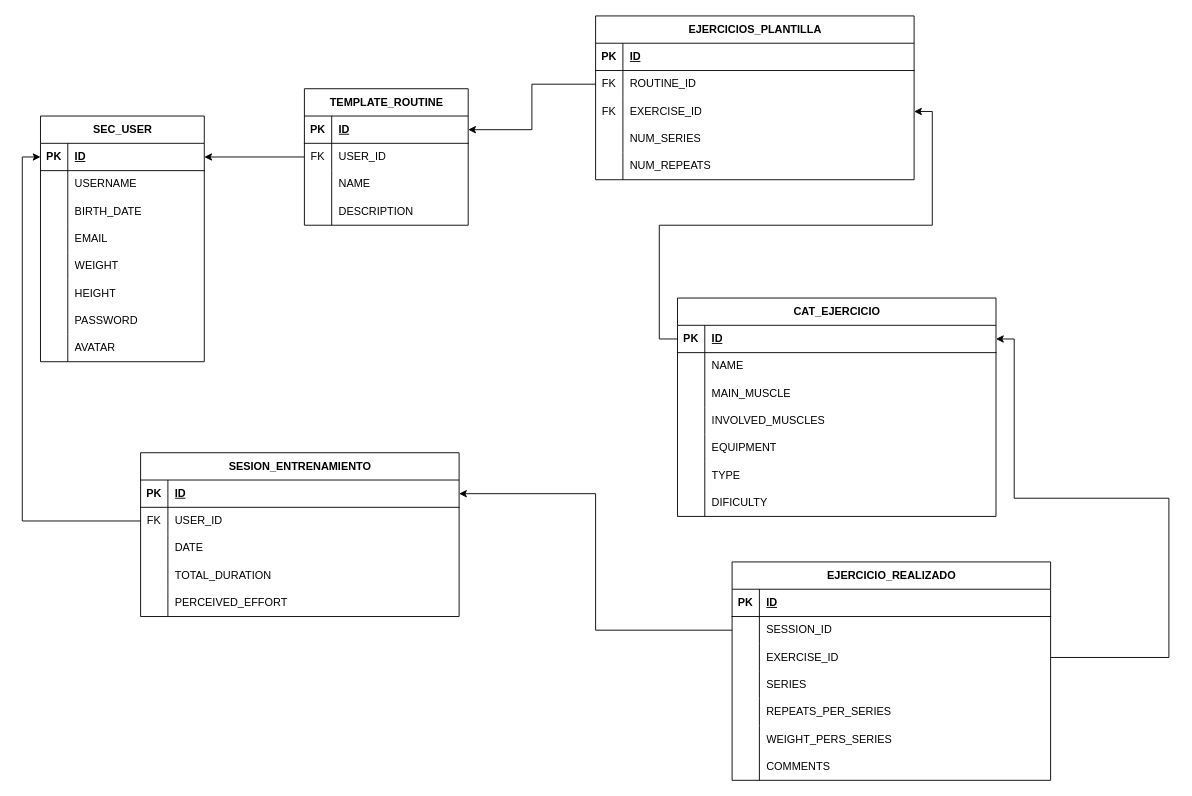
josewer/jar-jar-caprio keeps this draw.io diagram as back/JAR_JAR_GYM.drawio. Above is the earlier version. Source tidied: cells renumbered, new cells numbered last; positions are measured from the earlier drawing's top-left corner, leaving out a move shared by most shapes. Both pictures are drawn from the tidied source at 91%, with x=0, y=0 at pixel (40, 15).
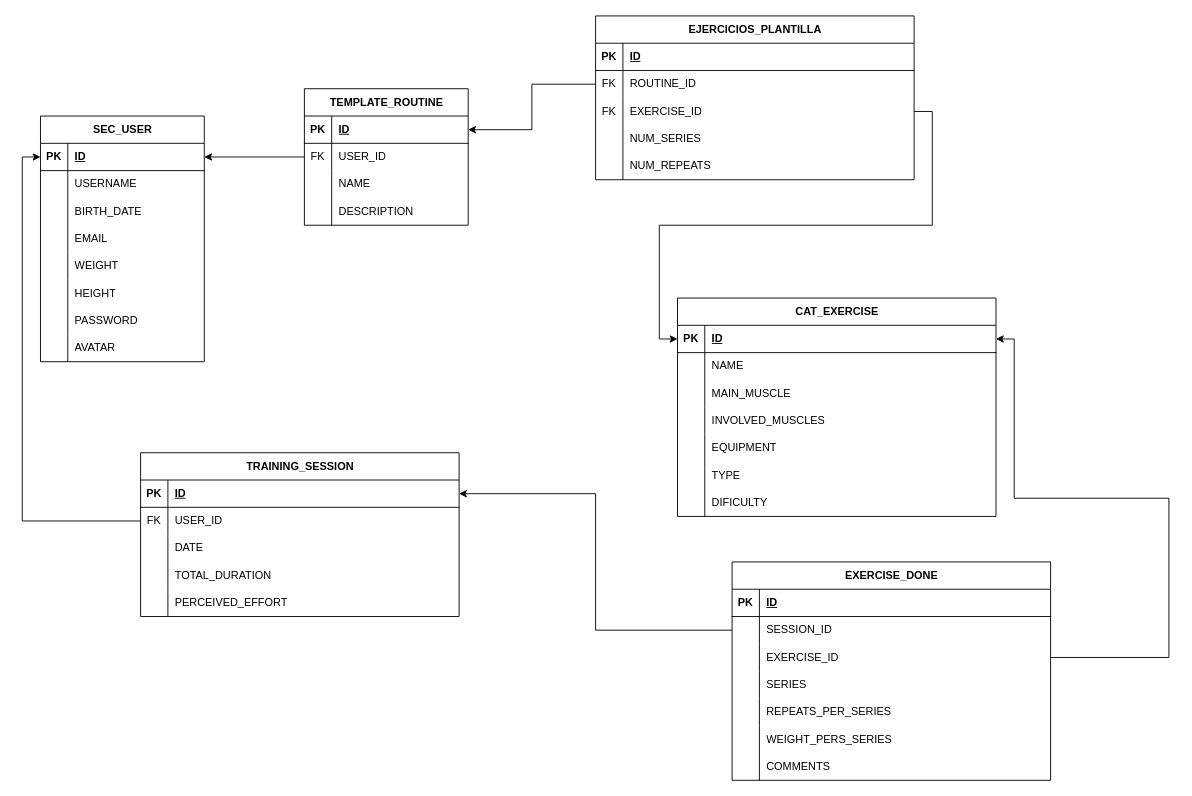
The same diagram, later.

The change refers to these unchanged cells:
```xml
<mxCell id="47" style="shape=tableRow;horizontal=0;startSize=0;swimlaneHead=0;swimlaneBody=0;fillColor=none;points=[[0,0.5],[1,0.5]];portConstraint=eastwest;top=0;left=0;right=0;bottom=0;" parent="40" vertex="1">
  <mxGeometry y="90" width="350" height="30" as="geometry" />
</mxCell>
<mxCell id="57" style="shape=tableRow;horizontal=0;startSize=0;swimlaneHead=0;swimlaneBody=0;fillColor=none;points=[[0,0.5],[1,0.5]];portConstraint=eastwest;top=0;left=0;right=0;bottom=1;" parent="56" vertex="1">
  <mxGeometry y="30" width="350" height="30" as="geometry" />
</mxCell>
```

The edit, as a diff of the source:
```diff
@@
-    <mxCell id="56" value="CAT_EJERCICIO" style="shape=table;startSize=30;childLayout=tableLayout;rowLines=0;fontStyle=1;align=center;html=1;" parent="1" vertex="1">
+    <mxCell id="56" value="CAT_EXERCISE" style="shape=table;startSize=30;childLayout=tableLayout;rowLines=0;fontStyle=1;align=center;html=1;" parent="1" vertex="1">
       <mxGeometry x="700" y="310" width="350" height="240" as="geometry" />
     </mxCell>
@@
-    <mxCell id="78" value="EJERCICIO_REALIZADO" style="shape=table;startSize=30;childLayout=tableLayout;rowLines=0;fontStyle=1;align=center;html=1;" parent="1" vertex="1">
+    <mxCell id="78" value="EXERCISE_DONE" style="shape=table;startSize=30;childLayout=tableLayout;rowLines=0;fontStyle=1;align=center;html=1;" parent="1" vertex="1">
       <mxGeometry x="760" y="600" width="350" height="240" as="geometry" />
     </mxCell>
@@
-    <mxCell id="102" style="edgeStyle=orthogonalEdgeStyle;rounded=0;jettySize=auto;html=1;" parent="1" edge="1" source="57" target="47">
-      <mxGeometry relative="1" as="geometry" />
-    </mxCell>
-    <mxCell id="103" value="SESION_ENTRENAMIENTO" style="shape=table;startSize=30;childLayout=tableLayout;rowLines=0;fontStyle=1;align=center;html=1;" parent="1" vertex="1">
+    <mxCell id="103" value="TRAINING_SESSION" style="shape=table;startSize=30;childLayout=tableLayout;rowLines=0;fontStyle=1;align=center;html=1;" parent="1" vertex="1">
       <mxGeometry x="110" y="480" width="350" height="180" as="geometry" />
     </mxCell>
@@
+    <mxCell id="122" style="edgeStyle=orthogonalEdgeStyle;rounded=0;jettySize=auto;html=1;" parent="1" edge="1" source="47" target="57">
+      <mxGeometry relative="1" as="geometry" />
+    </mxCell>
```
